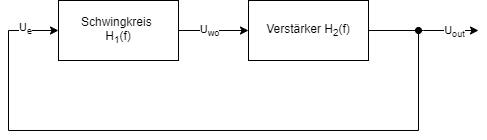
Above: Projekte/Oszillator/OszillatorBlockschaltbild.png in lg-eng/HWE-Skript (draw.io), before the change. Source tidied: cells renumbered, new cells last; positions are measured from the earlier drawing's top-left corner, leaving out a move shared by most shapes. Its diagram source:
```xml
<mxGraphModel>
  <root>
    <mxCell id="0" />
    <mxCell id="1" parent="0" />
    <mxCell id="2" style="edgeStyle=orthogonalEdgeStyle;rounded=0;jettySize=auto;html=1;" parent="1" edge="1" source="4" target="8">
      <mxGeometry relative="1" as="geometry" />
    </mxCell>
    <mxCell id="3" value="U&lt;sub&gt;wo&lt;br&gt;&lt;/sub&gt;" style="edgeLabel;html=1;align=center;verticalAlign=middle;" parent="2" vertex="1">
      <mxGeometry x="-0.13" relative="1" as="geometry" />
    </mxCell>
    <mxCell id="4" value="Schwingkreis&amp;nbsp;&lt;br&gt;H&lt;sub&gt;1&lt;/sub&gt;(f)" style="rounded=0;whiteSpace=wrap;html=1;" parent="1" vertex="1">
      <mxGeometry x="50" width="120" height="60" as="geometry" />
    </mxCell>
    <mxCell id="5" style="edgeStyle=orthogonalEdgeStyle;rounded=0;jettySize=auto;html=1;exitX=1;exitY=0.5;exitDx=0;exitDy=0;" parent="1" edge="1" source="8">
      <mxGeometry relative="1" as="geometry">
        <mxPoint x="470" y="30" as="targetPoint" />
      </mxGeometry>
    </mxCell>
    <mxCell id="6" value="U" style="edgeLabel;html=1;align=center;verticalAlign=middle;" parent="5" vertex="1">
      <mxGeometry x="0.51" relative="1" as="geometry" />
    </mxCell>
    <mxCell id="7" value="U&lt;sub&gt;out&lt;br&gt;&lt;/sub&gt;" style="edgeLabel;html=1;align=center;verticalAlign=middle;" parent="5" vertex="1">
      <mxGeometry x="0.55" y="-1" relative="1" as="geometry" />
    </mxCell>
    <mxCell id="8" value="Verstärker H&lt;sub&gt;2&lt;/sub&gt;(f)" style="rounded=0;whiteSpace=wrap;html=1;" parent="1" vertex="1">
      <mxGeometry x="240" width="120" height="60" as="geometry" />
    </mxCell>
    <mxCell id="9" style="endArrow=classic;html=1;rounded=0;entryX=0;entryY=0.5;entryDx=0;entryDy=0;startArrow=oval;startFill=1;" parent="1" edge="1" target="4">
      <mxGeometry relative="1" as="geometry">
        <mxPoint x="410" y="30" as="sourcePoint" />
        <Array as="points">
          <mxPoint x="410" y="130" />
          <mxPoint y="130" />
          <mxPoint y="30" />
        </Array>
      </mxGeometry>
    </mxCell>
    <mxCell id="10" value="U&lt;sub&gt;e&lt;/sub&gt;" style="edgeLabel;html=1;align=center;verticalAlign=middle;" parent="9" vertex="1">
      <mxGeometry x="0.9" y="2" relative="1" as="geometry" />
    </mxCell>
  </root>
</mxGraphModel>
```
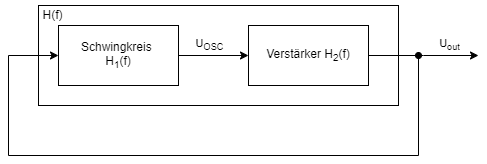
The same file after the commit.

Change to the diagram source:
```diff
@@ -5,8 +5,10 @@
     <mxCell id="2" style="edgeStyle=orthogonalEdgeStyle;rounded=0;jettySize=auto;html=1;" parent="1" edge="1" source="4" target="8">
       <mxGeometry relative="1" as="geometry" />
     </mxCell>
-    <mxCell id="3" value="U&lt;sub&gt;wo&lt;br&gt;&lt;/sub&gt;" style="edgeLabel;html=1;align=center;verticalAlign=middle;" parent="2" vertex="1">
-      <mxGeometry x="-0.13" relative="1" as="geometry" />
+    <mxCell id="3" value="U&lt;sub&gt;OSC&lt;br&gt;&lt;/sub&gt;" style="edgeLabel;html=1;align=center;verticalAlign=middle;" parent="2" vertex="1">
+      <mxGeometry x="-0.13" relative="1" as="geometry">
+        <mxPoint y="-10" as="offset" />
+      </mxGeometry>
     </mxCell>
     <mxCell id="4" value="Schwingkreis&amp;nbsp;&lt;br&gt;H&lt;sub&gt;1&lt;/sub&gt;(f)" style="rounded=0;whiteSpace=wrap;html=1;" parent="1" vertex="1">
       <mxGeometry x="50" width="120" height="60" as="geometry" />
@@ -16,11 +18,10 @@
         <mxPoint x="470" y="30" as="targetPoint" />
       </mxGeometry>
     </mxCell>
-    <mxCell id="6" value="U" style="edgeLabel;html=1;align=center;verticalAlign=middle;" parent="5" vertex="1">
-      <mxGeometry x="0.51" relative="1" as="geometry" />
-    </mxCell>
     <mxCell id="7" value="U&lt;sub&gt;out&lt;br&gt;&lt;/sub&gt;" style="edgeLabel;html=1;align=center;verticalAlign=middle;" parent="5" vertex="1">
-      <mxGeometry x="0.55" y="-1" relative="1" as="geometry" />
+      <mxGeometry x="0.55" y="-1" relative="1" as="geometry">
+        <mxPoint x="-5" y="-11" as="offset" />
+      </mxGeometry>
     </mxCell>
     <mxCell id="8" value="Verstärker H&lt;sub&gt;2&lt;/sub&gt;(f)" style="rounded=0;whiteSpace=wrap;html=1;" parent="1" vertex="1">
       <mxGeometry x="240" width="120" height="60" as="geometry" />
@@ -35,8 +36,11 @@
         </Array>
       </mxGeometry>
     </mxCell>
-    <mxCell id="10" value="U&lt;sub&gt;e&lt;/sub&gt;" style="edgeLabel;html=1;align=center;verticalAlign=middle;" parent="9" vertex="1">
-      <mxGeometry x="0.9" y="2" relative="1" as="geometry" />
-    </mxCell>
+    <mxCell id="11" style="rounded=0;whiteSpace=wrap;html=1;fillColor=none;" parent="1" vertex="1">
+      <mxGeometry x="30" y="-20" width="360" height="100" as="geometry" />
+    </mxCell>
+    <mxCell id="12" value="H(f)" style="text;html=1;align=center;verticalAlign=middle;strokeColor=none;fillColor=none;" parent="1" vertex="1">
+      <mxGeometry x="24" y="-25" width="40" height="30" as="geometry" />
+    </mxCell>
   </root>
 </mxGraphModel>
```
